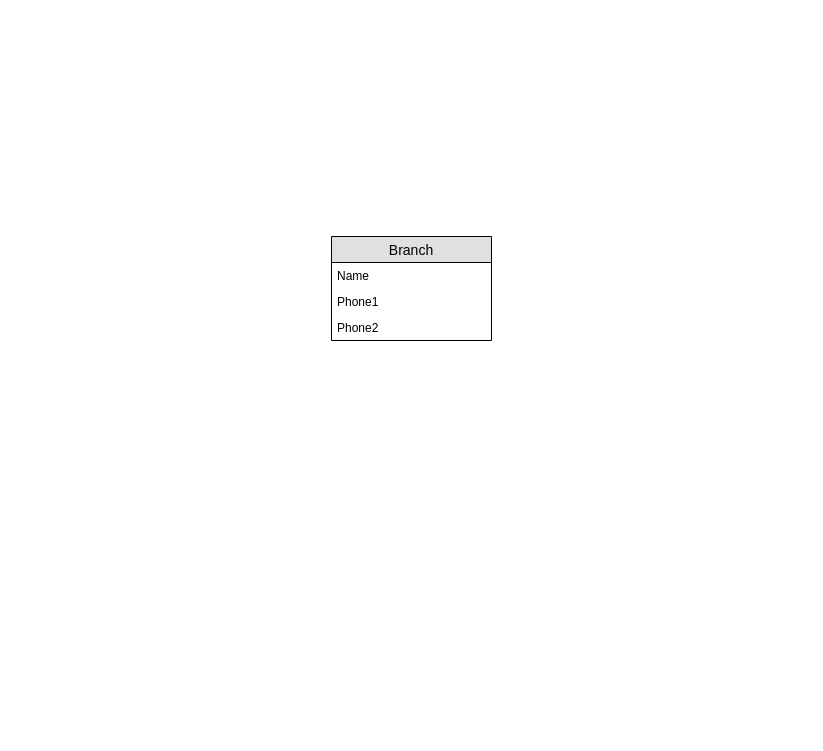
Above: scripts/Untitled Diagram.drawio in janisZem/cms (draw.io), before the change. Source tidied: cells renumbered, new cells numbered last; positions are measured from the earlier drawing's top-left corner, leaving out a move shared by most shapes. Both pictures are drawn from the tidied source at 100%, with x=0, y=0 at pixel (331, 236).
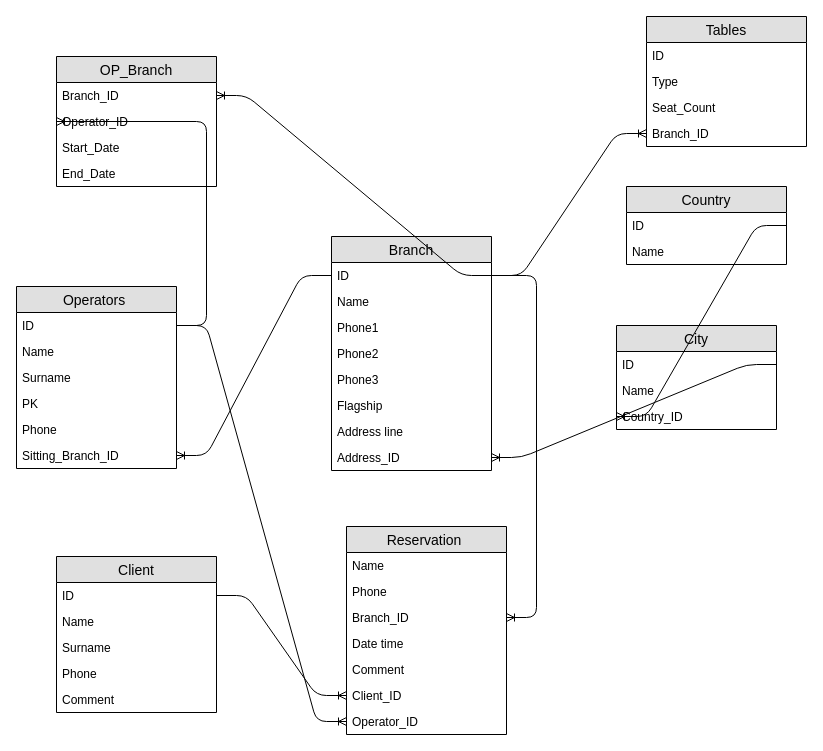
After the change.

What changed in the source:
```diff
@@
     <mxCell id="2" value="Branch" style="swimlane;fontStyle=0;horizontal=1;startSize=26;fillColor=#e0e0e0;swimlaneFillColor=#ffffff;align=center;fontSize=14;" parent="1" vertex="1">
-      <mxGeometry width="160" height="104" as="geometry" />
+      <mxGeometry width="160" height="234" as="geometry" />
     </mxCell>
+    <mxCell id="6" value="ID" style="text;strokeColor=none;fillColor=none;spacingLeft=4;spacingRight=4;overflow=hidden;points=[[0,0.5],[1,0.5]];portConstraint=eastwest;fontSize=12;" parent="2" vertex="1">
+      <mxGeometry y="26" width="160" height="26" as="geometry" />
+    </mxCell>
     <mxCell id="3" value="Name" style="text;strokeColor=none;fillColor=none;spacingLeft=4;spacingRight=4;overflow=hidden;fontSize=12;" parent="2" vertex="1">
-      <mxGeometry y="26" width="160" height="26" as="geometry" />
+      <mxGeometry y="52" width="160" height="26" as="geometry" />
     </mxCell>
     <mxCell id="4" value="Phone1" style="text;strokeColor=none;fillColor=none;spacingLeft=4;spacingRight=4;overflow=hidden;fontSize=12;" parent="2" vertex="1">
-      <mxGeometry y="52" width="160" height="26" as="geometry" />
+      <mxGeometry y="78" width="160" height="26" as="geometry" />
     </mxCell>
+    <mxCell id="7" value="Phone2" style="text;strokeColor=none;fillColor=none;spacingLeft=4;spacingRight=4;overflow=hidden;fontSize=12;" parent="2" vertex="1">
+      <mxGeometry y="104" width="160" height="26" as="geometry" />
+    </mxCell>
+    <mxCell id="8" value="Phone3" style="text;strokeColor=none;fillColor=none;spacingLeft=4;spacingRight=4;overflow=hidden;fontSize=12;" parent="2" vertex="1">
+      <mxGeometry y="130" width="160" height="26" as="geometry" />
+    </mxCell>
-    <mxCell id="5" value="Phone2" style="text;strokeColor=none;fillColor=none;spacingLeft=4;spacingRight=4;overflow=hidden;fontSize=12;" parent="2" vertex="1">
-      <mxGeometry y="78" width="160" height="26" as="geometry" />
+    <mxCell id="5" value="Flagship&#10;" style="text;strokeColor=none;fillColor=none;spacingLeft=4;spacingRight=4;overflow=hidden;fontSize=12;" parent="2" vertex="1">
+      <mxGeometry y="156" width="160" height="26" as="geometry" />
     </mxCell>
+    <mxCell id="9" value="Address line" style="text;strokeColor=none;fillColor=none;spacingLeft=4;spacingRight=4;overflow=hidden;fontSize=12;" parent="2" vertex="1">
+      <mxGeometry y="182" width="160" height="26" as="geometry" />
+    </mxCell>
+    <mxCell id="10" value="Address_ID" style="text;strokeColor=none;fillColor=none;spacingLeft=4;spacingRight=4;overflow=hidden;points=[[0,0.5],[1,0.5]];portConstraint=eastwest;fontSize=12;" parent="2" vertex="1">
+      <mxGeometry y="208" width="160" height="26" as="geometry" />
+    </mxCell>
+    <mxCell id="11" value="Tables" style="swimlane;fontStyle=0;horizontal=1;startSize=26;fillColor=#e0e0e0;swimlaneFillColor=#ffffff;align=center;fontSize=14;" parent="1" vertex="1">
+      <mxGeometry x="315" y="-220" width="160" height="130" as="geometry" />
+    </mxCell>
+    <mxCell id="12" value="ID" style="text;strokeColor=none;fillColor=none;spacingLeft=4;spacingRight=4;overflow=hidden;fontSize=12;" parent="11" vertex="1">
+      <mxGeometry y="26" width="160" height="26" as="geometry" />
+    </mxCell>
+    <mxCell id="13" value="Type" style="text;strokeColor=none;fillColor=none;spacingLeft=4;spacingRight=4;overflow=hidden;fontSize=12;" parent="11" vertex="1">
+      <mxGeometry y="52" width="160" height="26" as="geometry" />
+    </mxCell>
+    <mxCell id="14" value="Seat_Count" style="text;strokeColor=none;fillColor=none;spacingLeft=4;spacingRight=4;overflow=hidden;fontSize=12;" parent="11" vertex="1">
+      <mxGeometry y="78" width="160" height="26" as="geometry" />
+    </mxCell>
+    <mxCell id="15" value="Branch_ID" style="text;strokeColor=none;fillColor=none;spacingLeft=4;spacingRight=4;overflow=hidden;points=[[0,0.5],[1,0.5]];portConstraint=eastwest;fontSize=12;" parent="11" vertex="1">
+      <mxGeometry y="104" width="160" height="26" as="geometry" />
+    </mxCell>
+    <mxCell id="16" style="edgeStyle=entityRelationEdgeStyle;fontSize=12;html=1;endArrow=ERoneToMany;entryX=0;entryY=0.5;entryDx=0;entryDy=0;exitX=1;exitY=0.5;exitDx=0;exitDy=0;" parent="1" edge="1" source="6" target="15">
+      <mxGeometry relative="1" as="geometry" />
+    </mxCell>
+    <mxCell id="17" value="Operators " style="swimlane;fontStyle=0;horizontal=1;startSize=26;fillColor=#e0e0e0;swimlaneFillColor=#ffffff;align=center;fontSize=14;" parent="1" vertex="1">
+      <mxGeometry x="-315" y="50" width="160" height="182" as="geometry" />
+    </mxCell>
+    <mxCell id="18" value="ID" style="text;strokeColor=none;fillColor=none;spacingLeft=4;spacingRight=4;overflow=hidden;points=[[0,0.5],[1,0.5]];portConstraint=eastwest;fontSize=12;" parent="17" vertex="1">
+      <mxGeometry y="26" width="160" height="26" as="geometry" />
+    </mxCell>
+    <mxCell id="19" value="Name" style="text;strokeColor=none;fillColor=none;spacingLeft=4;spacingRight=4;overflow=hidden;fontSize=12;" parent="17" vertex="1">
+      <mxGeometry y="52" width="160" height="26" as="geometry" />
+    </mxCell>
+    <mxCell id="20" value="Surname" style="text;strokeColor=none;fillColor=none;spacingLeft=4;spacingRight=4;overflow=hidden;fontSize=12;" parent="17" vertex="1">
+      <mxGeometry y="78" width="160" height="26" as="geometry" />
+    </mxCell>
+    <mxCell id="21" value="PK" style="text;strokeColor=none;fillColor=none;spacingLeft=4;spacingRight=4;overflow=hidden;fontSize=12;" parent="17" vertex="1">
+      <mxGeometry y="104" width="160" height="26" as="geometry" />
+    </mxCell>
+    <mxCell id="22" value="Phone" style="text;strokeColor=none;fillColor=none;spacingLeft=4;spacingRight=4;overflow=hidden;fontSize=12;" parent="17" vertex="1">
+      <mxGeometry y="130" width="160" height="26" as="geometry" />
+    </mxCell>
+    <mxCell id="23" value="Sitting_Branch_ID" style="text;strokeColor=none;fillColor=none;spacingLeft=4;spacingRight=4;overflow=hidden;points=[[0,0.5],[1,0.5]];portConstraint=eastwest;fontSize=12;" parent="17" vertex="1">
+      <mxGeometry y="156" width="160" height="26" as="geometry" />
+    </mxCell>
+    <mxCell id="24" value="OP_Branch" style="swimlane;fontStyle=0;horizontal=1;startSize=26;fillColor=#e0e0e0;swimlaneFillColor=#ffffff;align=center;fontSize=14;" parent="1" vertex="1">
+      <mxGeometry x="-275" y="-180" width="160" height="130" as="geometry" />
+    </mxCell>
+    <mxCell id="25" value="Branch_ID" style="text;strokeColor=none;fillColor=none;spacingLeft=4;spacingRight=4;overflow=hidden;points=[[0,0.5],[1,0.5]];portConstraint=eastwest;fontSize=12;" parent="24" vertex="1">
+      <mxGeometry y="26" width="160" height="26" as="geometry" />
+    </mxCell>
+    <mxCell id="26" value="Operator_ID" style="text;strokeColor=none;fillColor=none;spacingLeft=4;spacingRight=4;overflow=hidden;points=[[0,0.5],[1,0.5]];portConstraint=eastwest;fontSize=12;" parent="24" vertex="1">
+      <mxGeometry y="52" width="160" height="26" as="geometry" />
+    </mxCell>
+    <mxCell id="27" value="Start_Date" style="text;strokeColor=none;fillColor=none;spacingLeft=4;spacingRight=4;overflow=hidden;fontSize=12;" parent="24" vertex="1">
+      <mxGeometry y="78" width="160" height="26" as="geometry" />
+    </mxCell>
+    <mxCell id="28" value="End_Date" style="text;strokeColor=none;fillColor=none;spacingLeft=4;spacingRight=4;overflow=hidden;fontSize=12;" parent="24" vertex="1">
+      <mxGeometry y="104" width="160" height="26" as="geometry" />
+    </mxCell>
+    <mxCell id="29" style="edgeStyle=entityRelationEdgeStyle;fontSize=12;html=1;endArrow=ERoneToMany;entryX=0;entryY=0.5;entryDx=0;entryDy=0;" parent="1" edge="1" source="18" target="26">
+      <mxGeometry relative="1" as="geometry" />
+    </mxCell>
+    <mxCell id="30" style="edgeStyle=entityRelationEdgeStyle;fontSize=12;html=1;endArrow=ERoneToMany;exitX=1;exitY=0.5;exitDx=0;exitDy=0;" parent="1" edge="1" source="6" target="25">
+      <mxGeometry relative="1" as="geometry" />
+    </mxCell>
+    <mxCell id="31" style="edgeStyle=entityRelationEdgeStyle;fontSize=12;html=1;endArrow=ERoneToMany;" parent="1" edge="1" source="6" target="23">
+      <mxGeometry relative="1" as="geometry" />
+    </mxCell>
+    <mxCell id="32" value="Client" style="swimlane;fontStyle=0;horizontal=1;startSize=26;fillColor=#e0e0e0;swimlaneFillColor=#ffffff;align=center;fontSize=14;" parent="1" vertex="1">
+      <mxGeometry x="-275" y="320" width="160" height="156" as="geometry" />
+    </mxCell>
+    <mxCell id="33" value="ID" style="text;strokeColor=none;fillColor=none;spacingLeft=4;spacingRight=4;overflow=hidden;points=[[0,0.5],[1,0.5]];portConstraint=eastwest;fontSize=12;" parent="32" vertex="1">
+      <mxGeometry y="26" width="160" height="26" as="geometry" />
+    </mxCell>
+    <mxCell id="34" value="Name" style="text;strokeColor=none;fillColor=none;spacingLeft=4;spacingRight=4;overflow=hidden;fontSize=12;" parent="32" vertex="1">
+      <mxGeometry y="52" width="160" height="26" as="geometry" />
+    </mxCell>
+    <mxCell id="35" value="Surname" style="text;strokeColor=none;fillColor=none;spacingLeft=4;spacingRight=4;overflow=hidden;fontSize=12;" parent="32" vertex="1">
+      <mxGeometry y="78" width="160" height="26" as="geometry" />
+    </mxCell>
+    <mxCell id="36" value="Phone" style="text;strokeColor=none;fillColor=none;spacingLeft=4;spacingRight=4;overflow=hidden;fontSize=12;" parent="32" vertex="1">
+      <mxGeometry y="104" width="160" height="26" as="geometry" />
+    </mxCell>
+    <mxCell id="37" value="Comment" style="text;strokeColor=none;fillColor=none;spacingLeft=4;spacingRight=4;overflow=hidden;fontSize=12;" parent="32" vertex="1">
+      <mxGeometry y="130" width="160" height="26" as="geometry" />
+    </mxCell>
+    <mxCell id="38" value="Reservation " style="swimlane;fontStyle=0;horizontal=1;startSize=26;fillColor=#e0e0e0;swimlaneFillColor=#ffffff;align=center;fontSize=14;" parent="1" vertex="1">
+      <mxGeometry x="15" y="290" width="160" height="208" as="geometry" />
+    </mxCell>
+    <mxCell id="39" value="Name" style="text;strokeColor=none;fillColor=none;spacingLeft=4;spacingRight=4;overflow=hidden;fontSize=12;" parent="38" vertex="1">
+      <mxGeometry y="26" width="160" height="26" as="geometry" />
+    </mxCell>
+    <mxCell id="40" value="Phone" style="text;strokeColor=none;fillColor=none;spacingLeft=4;spacingRight=4;overflow=hidden;fontSize=12;" parent="38" vertex="1">
+      <mxGeometry y="52" width="160" height="26" as="geometry" />
+    </mxCell>
+    <mxCell id="41" value="Branch_ID" style="text;strokeColor=none;fillColor=none;spacingLeft=4;spacingRight=4;overflow=hidden;points=[[0,0.5],[1,0.5]];portConstraint=eastwest;fontSize=12;" parent="38" vertex="1">
+      <mxGeometry y="78" width="160" height="26" as="geometry" />
+    </mxCell>
+    <mxCell id="42" value="Date time" style="text;strokeColor=none;fillColor=none;spacingLeft=4;spacingRight=4;overflow=hidden;fontSize=12;" parent="38" vertex="1">
+      <mxGeometry y="104" width="160" height="26" as="geometry" />
+    </mxCell>
+    <mxCell id="43" value="Comment" style="text;strokeColor=none;fillColor=none;spacingLeft=4;spacingRight=4;overflow=hidden;fontSize=12;" parent="38" vertex="1">
+      <mxGeometry y="130" width="160" height="26" as="geometry" />
+    </mxCell>
+    <mxCell id="44" value="Client_ID" style="text;strokeColor=none;fillColor=none;spacingLeft=4;spacingRight=4;overflow=hidden;points=[[0,0.5],[1,0.5]];portConstraint=eastwest;fontSize=12;" parent="38" vertex="1">
+      <mxGeometry y="156" width="160" height="26" as="geometry" />
+    </mxCell>
+    <mxCell id="45" value="Operator_ID" style="text;strokeColor=none;fillColor=none;spacingLeft=4;spacingRight=4;overflow=hidden;points=[[0,0.5],[1,0.5]];portConstraint=eastwest;fontSize=12;" parent="38" vertex="1">
+      <mxGeometry y="182" width="160" height="26" as="geometry" />
+    </mxCell>
+    <mxCell id="46" style="edgeStyle=entityRelationEdgeStyle;fontSize=12;html=1;endArrow=ERoneToMany;entryX=0;entryY=0.5;entryDx=0;entryDy=0;" parent="1" edge="1" source="33" target="44">
+      <mxGeometry relative="1" as="geometry" />
+    </mxCell>
+    <mxCell id="47" style="edgeStyle=entityRelationEdgeStyle;fontSize=12;html=1;endArrow=ERoneToMany;entryX=0;entryY=0.5;entryDx=0;entryDy=0;exitX=1;exitY=0.5;exitDx=0;exitDy=0;" parent="1" edge="1" source="18" target="45">
+      <mxGeometry relative="1" as="geometry" />
+    </mxCell>
+    <mxCell id="48" style="edgeStyle=entityRelationEdgeStyle;fontSize=12;html=1;endArrow=ERoneToMany;exitX=1;exitY=0.5;exitDx=0;exitDy=0;" parent="1" edge="1" source="6" target="41">
+      <mxGeometry relative="1" as="geometry" />
+    </mxCell>
+    <mxCell id="49" value="Country" style="swimlane;fontStyle=0;horizontal=1;startSize=26;fillColor=#e0e0e0;swimlaneFillColor=#ffffff;align=center;fontSize=14;" parent="1" vertex="1">
+      <mxGeometry x="295" y="-50" width="160" height="78" as="geometry" />
+    </mxCell>
+    <mxCell id="50" value="ID" style="text;strokeColor=none;fillColor=none;spacingLeft=4;spacingRight=4;overflow=hidden;points=[[0,0.5],[1,0.5]];portConstraint=eastwest;fontSize=12;" parent="49" vertex="1">
+      <mxGeometry y="26" width="160" height="26" as="geometry" />
+    </mxCell>
+    <mxCell id="51" value="Name" style="text;strokeColor=none;fillColor=none;spacingLeft=4;spacingRight=4;overflow=hidden;fontSize=12;" parent="49" vertex="1">
+      <mxGeometry y="52" width="160" height="26" as="geometry" />
+    </mxCell>
+    <mxCell id="52" value="City" style="swimlane;fontStyle=0;horizontal=1;startSize=26;fillColor=#e0e0e0;swimlaneFillColor=#ffffff;align=center;fontSize=14;" parent="1" vertex="1">
+      <mxGeometry x="285" y="89" width="160" height="104" as="geometry" />
+    </mxCell>
+    <mxCell id="53" value="ID" style="text;strokeColor=none;fillColor=none;spacingLeft=4;spacingRight=4;overflow=hidden;points=[[0,0.5],[1,0.5]];portConstraint=eastwest;fontSize=12;" parent="52" vertex="1">
+      <mxGeometry y="26" width="160" height="26" as="geometry" />
+    </mxCell>
+    <mxCell id="54" value="Name" style="text;strokeColor=none;fillColor=none;spacingLeft=4;spacingRight=4;overflow=hidden;fontSize=12;" parent="52" vertex="1">
+      <mxGeometry y="52" width="160" height="26" as="geometry" />
+    </mxCell>
+    <mxCell id="55" value="Country_ID" style="text;strokeColor=none;fillColor=none;spacingLeft=4;spacingRight=4;overflow=hidden;points=[[0,0.5],[1,0.5]];portConstraint=eastwest;fontSize=12;" parent="52" vertex="1">
+      <mxGeometry y="78" width="160" height="26" as="geometry" />
+    </mxCell>
+    <mxCell id="56" style="edgeStyle=entityRelationEdgeStyle;fontSize=12;html=1;endArrow=ERoneToMany;entryX=0;entryY=0.5;entryDx=0;entryDy=0;exitX=1;exitY=0.5;exitDx=0;exitDy=0;" parent="1" edge="1" source="50" target="55">
+      <mxGeometry relative="1" as="geometry" />
+    </mxCell>
+    <mxCell id="57" style="edgeStyle=entityRelationEdgeStyle;fontSize=12;html=1;endArrow=ERoneToMany;exitX=1;exitY=0.5;exitDx=0;exitDy=0;" parent="1" edge="1" source="53" target="10">
+      <mxGeometry relative="1" as="geometry" />
+    </mxCell>
```
